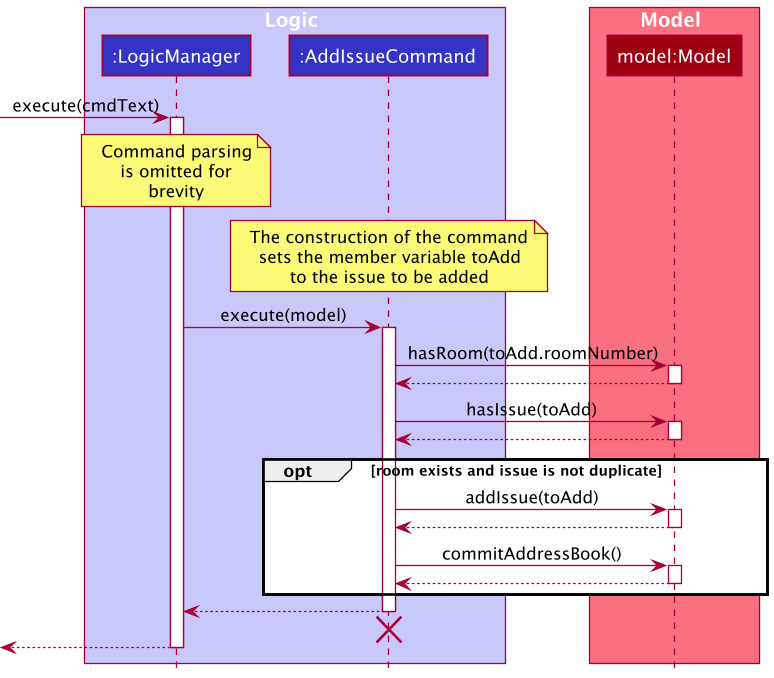
The PlantUML diagram docs/images/issue/AddIssueCommandSeqDiagram.png in nus-cs2103-AY2021S2/tp, before a commit. Source of this version:
```plantuml
@startuml
!include ../style.puml

scale 1.3

box Logic LOGIC_COLOR_T1
participant ":LogicManager" as LogicManager LOGIC_COLOR
participant ":AddIssueCommand" as AddIssueCommand LOGIC_COLOR
end box

box Model MODEL_COLOR_T1
participant "model:Model" as Model MODEL_COLOR
end box

[-> LogicManager : execute(cmdText)
activate LogicManager

note over LogicManager
Command parsing
is omitted for
brevity
end note

note over AddIssueCommand
The construction of the command
sets the member variable toAdd
to the issue to be added
end note

LogicManager -> AddIssueCommand : execute(model)
activate AddIssueCommand

AddIssueCommand -> Model : hasRoom(toAdd.roomNumber)
activate Model

Model --> AddIssueCommand
deactivate Model

AddIssueCommand -> Model : hasIssue(toAdd)
activate Model

Model --> AddIssueCommand
deactivate Model

opt room exists and issue is not duplicate

    AddIssueCommand -> Model : addIssue(toAdd)
    activate Model

    Model --> AddIssueCommand
    deactivate Model

    AddIssueCommand -> Model : commitAddressBook()
    activate Model

    Model --> AddIssueCommand
    deactivate Model

end

AddIssueCommand --> LogicManager
deactivate AddIssueCommand
AddIssueCommand -[hidden]-> LogicManager
destroy AddIssueCommand


[<-- LogicManager
deactivate LogicManager

@enduml
```
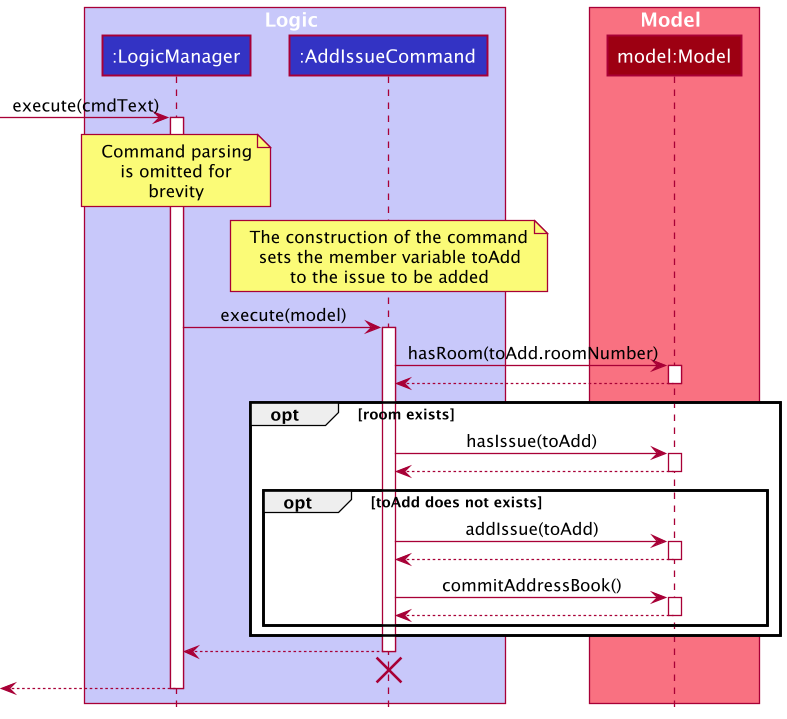
After the change.

Commit message:
Docs(Issue): Update DG diagrams

What changed in the source:
```diff
@@ -36,26 +36,29 @@
 Model --> AddIssueCommand
 deactivate Model
 
-AddIssueCommand -> Model : hasIssue(toAdd)
-activate Model
+opt room exists
 
-Model --> AddIssueCommand
-deactivate Model
-
-opt room exists and issue is not duplicate
-
-    AddIssueCommand -> Model : addIssue(toAdd)
+    AddIssueCommand -> Model : hasIssue(toAdd)
     activate Model
 
     Model --> AddIssueCommand
     deactivate Model
 
-    AddIssueCommand -> Model : commitAddressBook()
-    activate Model
+    opt toAdd does not exists
 
-    Model --> AddIssueCommand
-    deactivate Model
+        AddIssueCommand -> Model : addIssue(toAdd)
+        activate Model
 
+        Model --> AddIssueCommand
+        deactivate Model
+
+        AddIssueCommand -> Model : commitAddressBook()
+        activate Model
+
+        Model --> AddIssueCommand
+        deactivate Model
+
+    end
 end
 
 AddIssueCommand --> LogicManager
```
